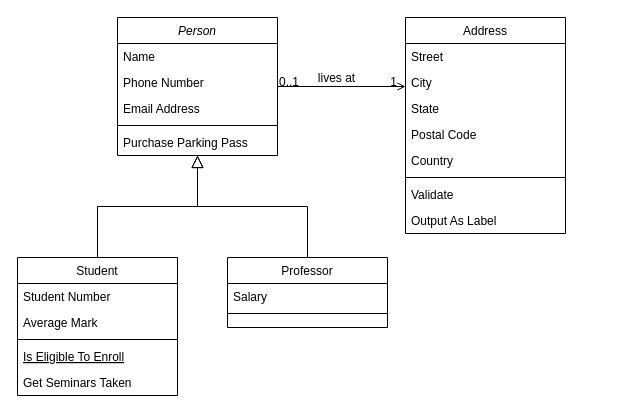
The draw.io diagram Untitled Diagram.drawio in ABDELFADEIL/e-boutique, before the edit. Source tidied: cells renumbered, new cells numbered last; positions are measured from the earlier drawing's top-left corner, leaving out a move shared by most shapes. Both pictures are drawn from the tidied source at 100%, with x=0, y=0 at pixel (17, 17).
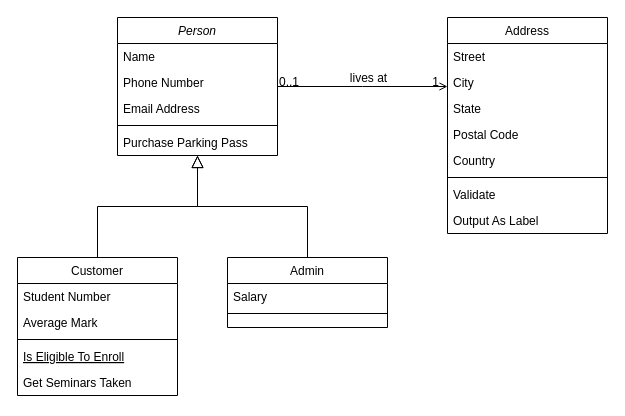
The same page after the edit.

What changed in the source:
```diff
@@
-    <mxCell id="8" value="Student" style="swimlane;fontStyle=0;align=center;verticalAlign=top;horizontal=1;startSize=26;rounded=0;shadow=0;strokeWidth=1;" parent="1" vertex="1">
+    <mxCell id="8" value="Customer" style="swimlane;fontStyle=0;align=center;verticalAlign=top;horizontal=1;startSize=26;rounded=0;shadow=0;strokeWidth=1;" parent="1" vertex="1">
       <mxGeometry y="240" width="160" height="138" as="geometry" />
     </mxCell>
@@
-    <mxCell id="15" value="Professor" style="swimlane;fontStyle=0;align=center;verticalAlign=top;horizontal=1;startSize=26;rounded=0;shadow=0;strokeWidth=1;" parent="1" vertex="1">
+    <mxCell id="15" value="Admin" style="swimlane;fontStyle=0;align=center;verticalAlign=top;horizontal=1;startSize=26;rounded=0;shadow=0;strokeWidth=1;" parent="1" vertex="1">
       <mxGeometry x="210" y="240" width="160" height="70" as="geometry" />
     </mxCell>
@@
     <mxCell id="19" value="Address" style="swimlane;fontStyle=0;align=center;verticalAlign=top;horizontal=1;startSize=26;rounded=0;shadow=0;strokeWidth=1;" parent="1" vertex="1">
-      <mxGeometry x="388" width="160" height="216" as="geometry" />
+      <mxGeometry x="430" width="160" height="216" as="geometry" />
     </mxCell>
```
